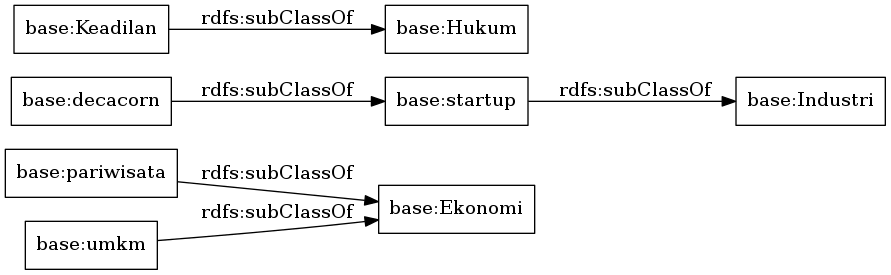
The Graphviz diagram OnToology/Pilpres_2019A.owl/diagrams/ar2dtool-taxonomy/Pilpres_2019A.owl.png in Jahtra/OntologyPilpresA, before a commit. Its source is kept beside it as OnToology/Pilpres_2019A.owl/diagrams/ar2dtool-taxonomy/Pilpres_2019A.owl.png.dot. Its diagram source:
```dot
digraph ar2dtool_diagram {
rankdir=LR;
size="1000"
node [shape = rectangle, color="black"]; "base:pariwisata" "base:startup" "base:umkm" "base:Industri" "base:decacorn" "base:Ekonomi" "base:Keadilan" "base:Hukum" ; /*classes style*/
	"base:umkm" -> "base:Ekonomi" [ label = "rdfs:subClassOf" ];
	"base:Keadilan" -> "base:Hukum" [ label = "rdfs:subClassOf" ];
	"base:decacorn" -> "base:startup" [ label = "rdfs:subClassOf" ];
	"base:startup" -> "base:Industri" [ label = "rdfs:subClassOf" ];
	"base:pariwisata" -> "base:Ekonomi" [ label = "rdfs:subClassOf" ];

}
```
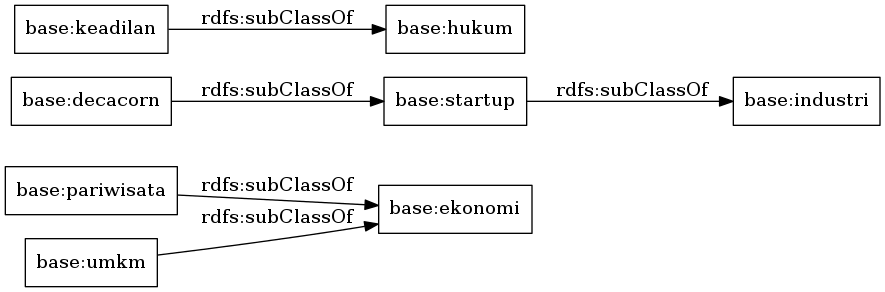
The same file after the commit.

Diff of the diagram source:
```diff
@@ -1,11 +1,11 @@
 digraph ar2dtool_diagram {
 rankdir=LR;
 size="1000"
-node [shape = rectangle, color="black"]; "base:pariwisata" "base:startup" "base:umkm" "base:Industri" "base:decacorn" "base:Ekonomi" "base:Keadilan" "base:Hukum" ; /*classes style*/
-	"base:umkm" -> "base:Ekonomi" [ label = "rdfs:subClassOf" ];
-	"base:Keadilan" -> "base:Hukum" [ label = "rdfs:subClassOf" ];
+node [shape = rectangle, color="black"]; "base:pariwisata" "base:startup" "base:ekonomi" "base:umkm" "base:hukum" "base:decacorn" "base:industri" "base:keadilan" ; /*classes style*/
+	"base:umkm" -> "base:ekonomi" [ label = "rdfs:subClassOf" ];
 	"base:decacorn" -> "base:startup" [ label = "rdfs:subClassOf" ];
-	"base:startup" -> "base:Industri" [ label = "rdfs:subClassOf" ];
-	"base:pariwisata" -> "base:Ekonomi" [ label = "rdfs:subClassOf" ];
+	"base:keadilan" -> "base:hukum" [ label = "rdfs:subClassOf" ];
+	"base:startup" -> "base:industri" [ label = "rdfs:subClassOf" ];
+	"base:pariwisata" -> "base:ekonomi" [ label = "rdfs:subClassOf" ];
 
 }
```
